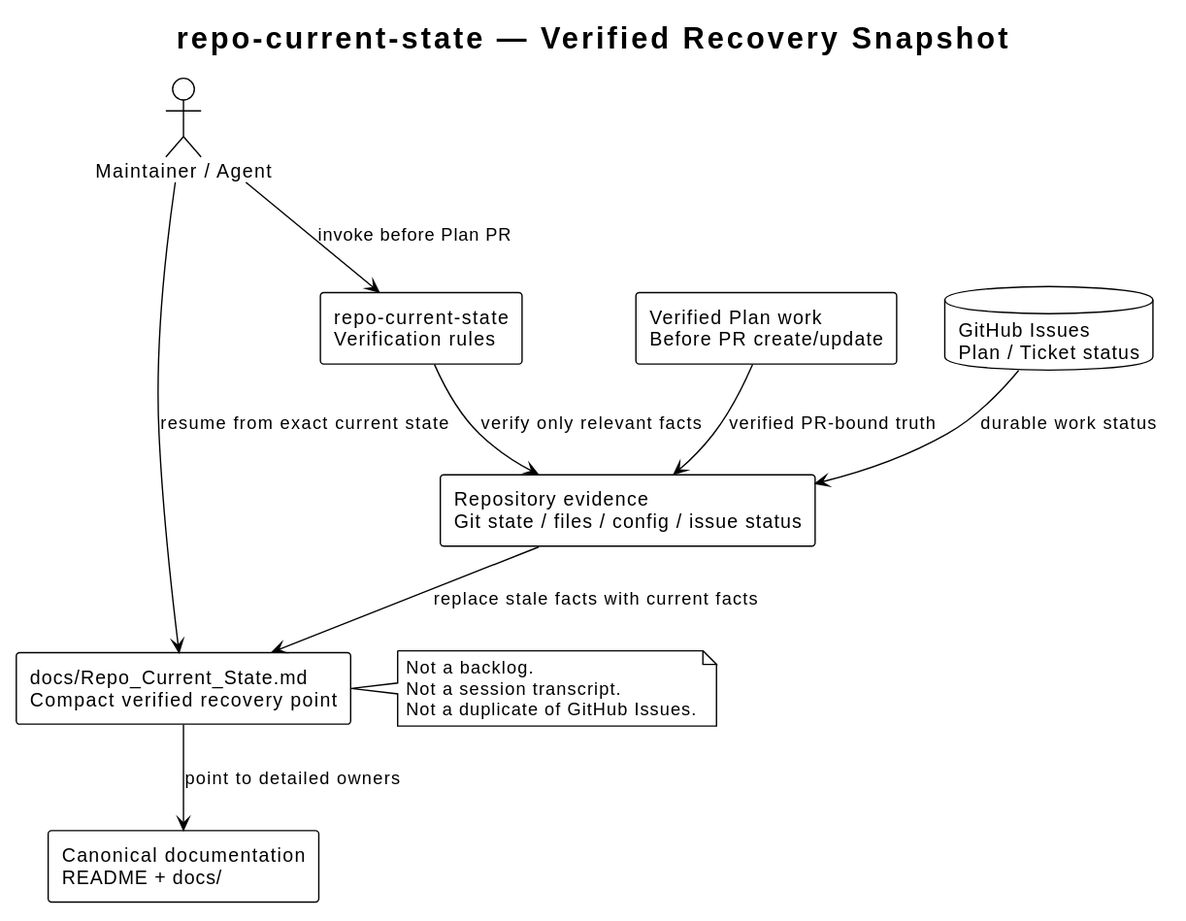
Before: docs/skills/repo-current-state/diagrams/repository-state.svg, a diagram exported from PlantUML (i-zrhe2016/codex-development-workflow).
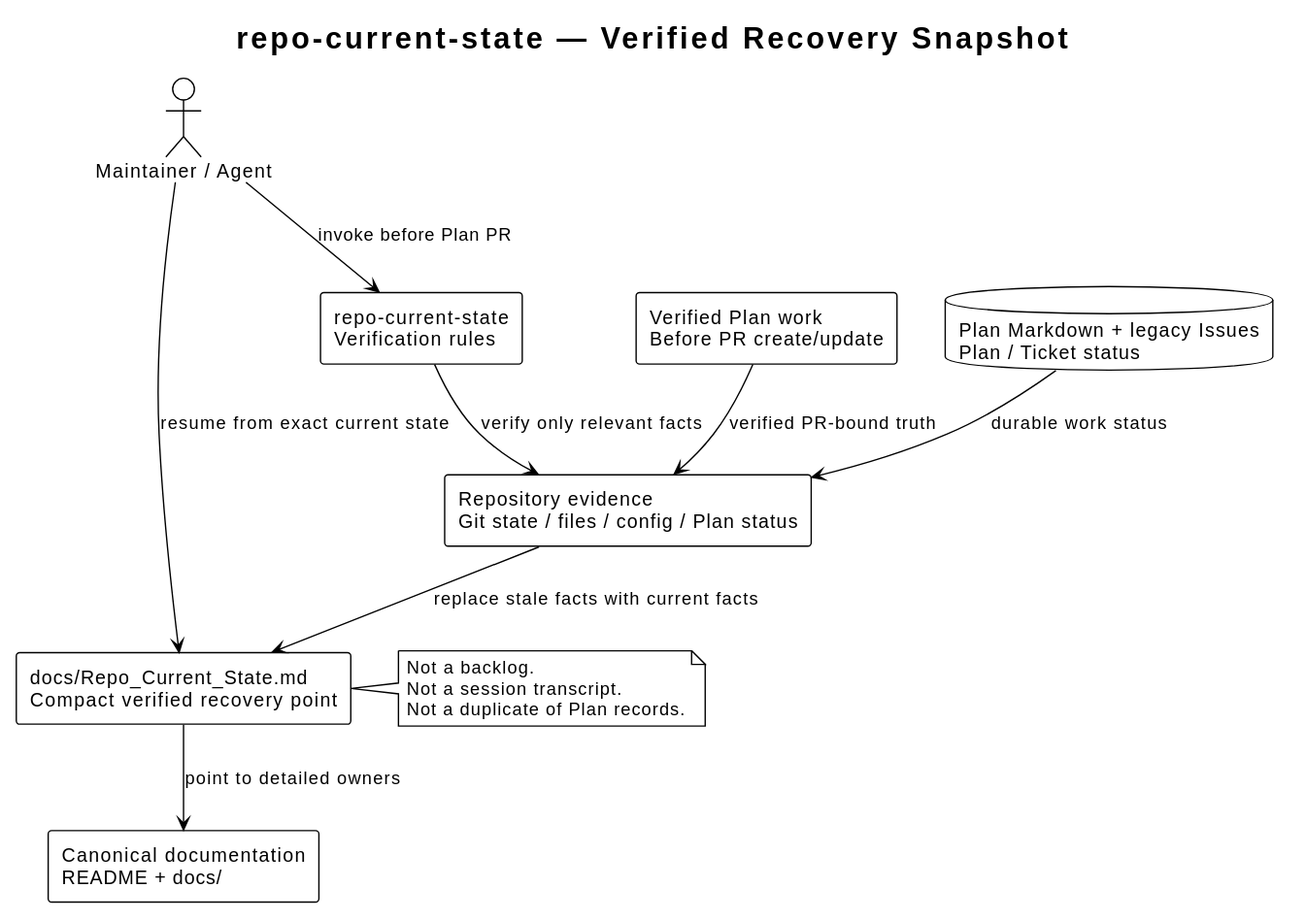
The same file after the commit.

Change to the diagram source:
```diff
@@ -8,15 +8,15 @@
 
 actor "Maintainer / Agent" as maintainer
 rectangle "Verified Plan work\nBefore PR create/update" as delivery
-rectangle "Repository evidence\nGit state / files / config / issue status" as evidence
+rectangle "Repository evidence\nGit state / files / config / Plan status" as evidence
 rectangle "repo-current-state\nVerification rules" as skill
 rectangle "docs/Repo_Current_State.md\nCompact verified recovery point" as snapshot
 rectangle "Canonical documentation\nREADME + docs/" as docs
-database "GitHub Issues\nPlan / Ticket status" as issues
+database "Plan Markdown + legacy Issues\nPlan / Ticket status" as records
 
 maintainer --> skill : invoke before Plan PR
 delivery --> evidence : verified PR-bound truth
-issues --> evidence : durable work status
+records --> evidence : durable work status
 skill --> evidence : verify only relevant facts
 evidence --> snapshot : replace stale facts with current facts
 snapshot --> docs : point to detailed owners
@@ -25,6 +25,6 @@
 note right of snapshot
 Not a backlog.
 Not a session transcript.
-Not a duplicate of GitHub Issues.
+Not a duplicate of Plan records.
 end note
 @enduml
```
